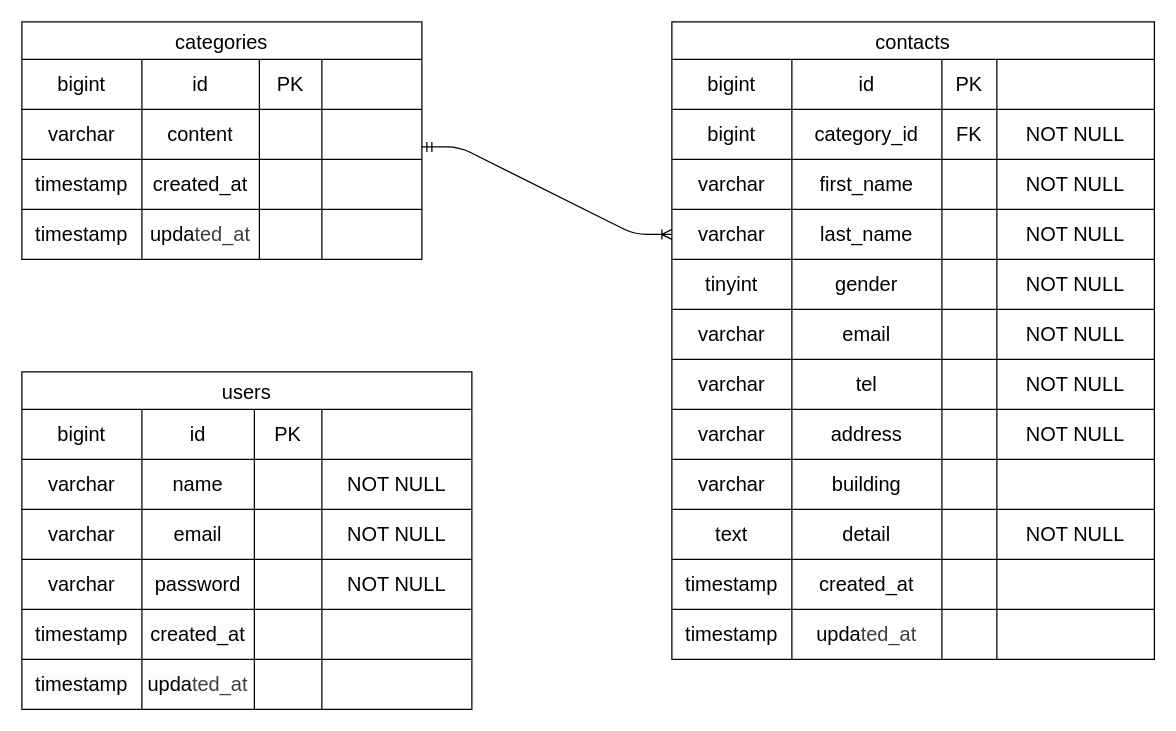
This is docs/erd.drawio from ikmi0723/coachtech-contact-form, a draw.io file, before an edit. Source tidied: cells renumbered, new cells numbered last; positions are measured from the earlier drawing's top-left corner, leaving out a move shared by most shapes. Both pictures are drawn from the tidied source at 125%, with x=0, y=0 at pixel (21, 21).
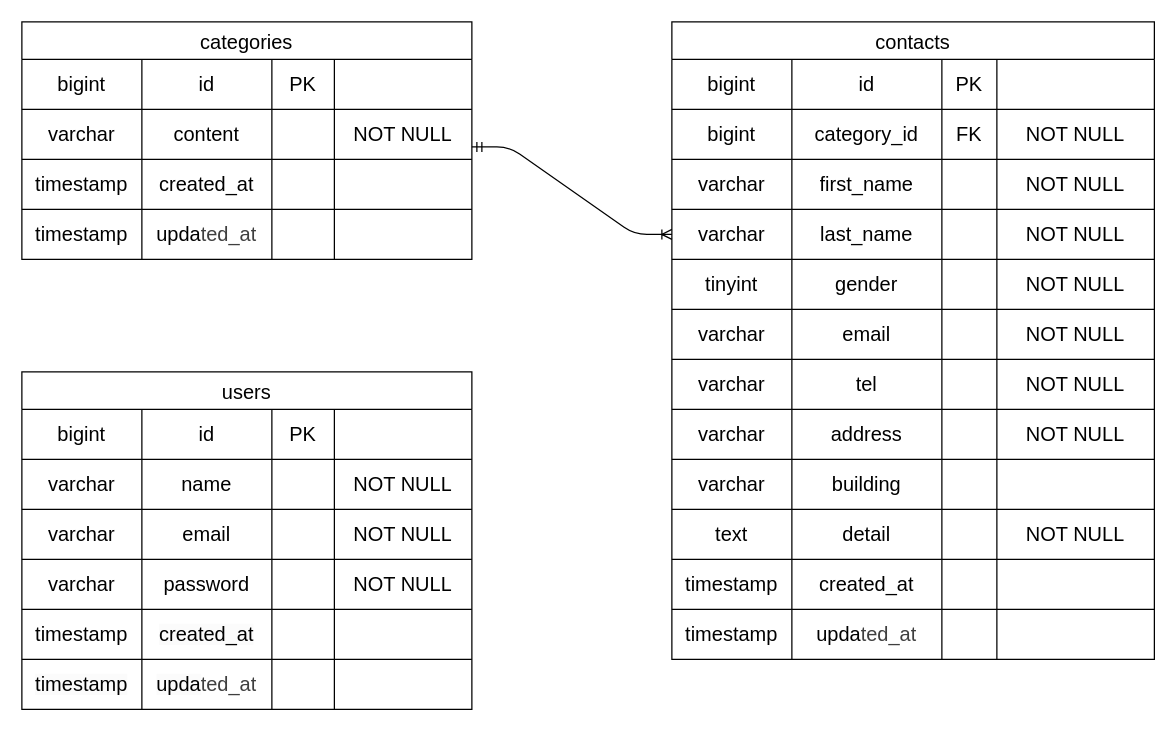
The same diagram, later.

The change refers to these unchanged cells:
```xml
<mxCell id="85" style="shape=tableRow;horizontal=0;startSize=0;swimlaneHead=0;swimlaneBody=0;strokeColor=inherit;top=0;left=0;bottom=0;right=0;fillColor=none;fontSize=16;" parent="84" vertex="1">
  <mxGeometry y="30" width="360" height="40" as="geometry" />
</mxCell>
<mxCell id="90" style="shape=tableRow;horizontal=0;startSize=0;swimlaneHead=0;swimlaneBody=0;strokeColor=inherit;top=0;left=0;bottom=0;right=0;fillColor=none;fontSize=16;" parent="84" vertex="1">
  <mxGeometry y="70" width="360" height="40" as="geometry" />
</mxCell>
<mxCell id="95" style="shape=tableRow;horizontal=0;startSize=0;swimlaneHead=0;swimlaneBody=0;strokeColor=inherit;top=0;left=0;bottom=0;right=0;fillColor=none;fontSize=16;" parent="84" vertex="1">
  <mxGeometry y="110" width="360" height="40" as="geometry" />
</mxCell>
<mxCell id="100" style="shape=tableRow;horizontal=0;startSize=0;swimlaneHead=0;swimlaneBody=0;strokeColor=inherit;top=0;left=0;bottom=0;right=0;fillColor=none;fontSize=16;" parent="84" vertex="1">
  <mxGeometry y="150" width="360" height="40" as="geometry" />
</mxCell>
<mxCell id="105" style="shape=tableRow;horizontal=0;startSize=0;swimlaneHead=0;swimlaneBody=0;strokeColor=inherit;top=0;left=0;bottom=0;right=0;fillColor=none;fontSize=16;" parent="84" vertex="1">
  <mxGeometry y="190" width="360" height="40" as="geometry" />
</mxCell>
<mxCell id="110" style="shape=tableRow;horizontal=0;startSize=0;swimlaneHead=0;swimlaneBody=0;strokeColor=inherit;top=0;left=0;bottom=0;right=0;fillColor=none;fontSize=16;" parent="84" vertex="1">
  <mxGeometry y="230" width="360" height="40" as="geometry" />
</mxCell>
```

The edit, as a diff of the source:
```diff
@@
     <mxCell id="2" value="categories" style="shape=table;startSize=30;childLayout=tableLayout;strokeColor=default;fontSize=16;" parent="1" vertex="1">
-      <mxGeometry width="320" height="190" as="geometry" />
+      <mxGeometry width="360" height="190" as="geometry" />
     </mxCell>
     <mxCell id="3" style="shape=tableRow;horizontal=0;startSize=0;swimlaneHead=0;swimlaneBody=0;strokeColor=inherit;top=0;left=0;bottom=0;right=0;fillColor=none;fontSize=16;" parent="2" vertex="1">
-      <mxGeometry y="30" width="320" height="40" as="geometry" />
+      <mxGeometry y="30" width="360" height="40" as="geometry" />
     </mxCell>
@@
     <mxCell id="5" value="id" style="shape=partialRectangle;html=1;whiteSpace=wrap;strokeColor=inherit;overflow=hidden;fillColor=none;top=0;left=0;bottom=0;right=0;fontSize=16;" parent="3" vertex="1">
-      <mxGeometry x="96" width="94" height="40" as="geometry" />
+      <mxGeometry x="96" width="104" height="40" as="geometry" />
     </mxCell>
     <mxCell id="6" value="PK" style="shape=partialRectangle;html=1;whiteSpace=wrap;strokeColor=inherit;overflow=hidden;fillColor=none;top=0;left=0;bottom=0;right=0;fontSize=16;" parent="3" vertex="1">
-      <mxGeometry x="190" width="50" height="40" as="geometry" />
+      <mxGeometry x="200" width="50" height="40" as="geometry" />
     </mxCell>
     <mxCell id="7" style="shape=partialRectangle;html=1;whiteSpace=wrap;strokeColor=inherit;overflow=hidden;fillColor=none;top=0;left=0;bottom=0;right=0;fontSize=16;" parent="3" vertex="1">
-      <mxGeometry x="240" width="80" height="40" as="geometry" />
+      <mxGeometry x="250" width="110" height="40" as="geometry" />
     </mxCell>
     <mxCell id="8" style="shape=tableRow;horizontal=0;startSize=0;swimlaneHead=0;swimlaneBody=0;strokeColor=inherit;top=0;left=0;bottom=0;right=0;fillColor=none;points=[[0,0.5],[1,0.5]];portConstraint=eastwest;fontSize=16;" parent="2" vertex="1">
-      <mxGeometry y="70" width="320" height="40" as="geometry" />
+      <mxGeometry y="70" width="360" height="40" as="geometry" />
     </mxCell>
@@
     <mxCell id="10" value="content" style="shape=partialRectangle;html=1;whiteSpace=wrap;strokeColor=inherit;overflow=hidden;fillColor=none;top=0;left=0;bottom=0;right=0;fontSize=16;" parent="8" vertex="1">
-      <mxGeometry x="96" width="94" height="40" as="geometry" />
+      <mxGeometry x="96" width="104" height="40" as="geometry" />
     </mxCell>
     <mxCell id="11" style="shape=partialRectangle;html=1;whiteSpace=wrap;strokeColor=inherit;overflow=hidden;fillColor=none;top=0;left=0;bottom=0;right=0;fontSize=16;" parent="8" vertex="1">
-      <mxGeometry x="190" width="50" height="40" as="geometry" />
+      <mxGeometry x="200" width="50" height="40" as="geometry" />
     </mxCell>
-    <mxCell id="12" style="shape=partialRectangle;html=1;whiteSpace=wrap;strokeColor=inherit;overflow=hidden;fillColor=none;top=0;left=0;bottom=0;right=0;fontSize=16;" parent="8" vertex="1">
-      <mxGeometry x="240" width="80" height="40" as="geometry" />
+    <mxCell id="12" value="&lt;span style=&quot;color: rgb(0, 0, 0);&quot;&gt;NOT NULL&lt;/span&gt;" style="shape=partialRectangle;html=1;whiteSpace=wrap;strokeColor=inherit;overflow=hidden;fillColor=none;top=0;left=0;bottom=0;right=0;fontSize=16;" parent="8" vertex="1">
+      <mxGeometry x="250" width="110" height="40" as="geometry" />
     </mxCell>
     <mxCell id="13" style="shape=tableRow;horizontal=0;startSize=0;swimlaneHead=0;swimlaneBody=0;strokeColor=inherit;top=0;left=0;bottom=0;right=0;fillColor=none;fontSize=16;" parent="2" vertex="1">
-      <mxGeometry y="110" width="320" height="40" as="geometry" />
+      <mxGeometry y="110" width="360" height="40" as="geometry" />
     </mxCell>
@@
     <mxCell id="15" value="created_at" style="shape=partialRectangle;html=1;whiteSpace=wrap;strokeColor=inherit;overflow=hidden;fillColor=none;top=0;left=0;bottom=0;right=0;fontSize=16;" parent="13" vertex="1">
-      <mxGeometry x="96" width="94" height="40" as="geometry" />
+      <mxGeometry x="96" width="104" height="40" as="geometry" />
     </mxCell>
     <mxCell id="16" style="shape=partialRectangle;html=1;whiteSpace=wrap;strokeColor=inherit;overflow=hidden;fillColor=none;top=0;left=0;bottom=0;right=0;fontSize=16;" parent="13" vertex="1">
-      <mxGeometry x="190" width="50" height="40" as="geometry" />
+      <mxGeometry x="200" width="50" height="40" as="geometry" />
     </mxCell>
     <mxCell id="17" style="shape=partialRectangle;html=1;whiteSpace=wrap;strokeColor=inherit;overflow=hidden;fillColor=none;top=0;left=0;bottom=0;right=0;fontSize=16;" parent="13" vertex="1">
-      <mxGeometry x="240" width="80" height="40" as="geometry" />
+      <mxGeometry x="250" width="110" height="40" as="geometry" />
     </mxCell>
     <mxCell id="18" style="shape=tableRow;horizontal=0;startSize=0;swimlaneHead=0;swimlaneBody=0;strokeColor=inherit;top=0;left=0;bottom=0;right=0;fillColor=none;fontSize=16;" parent="2" vertex="1">
-      <mxGeometry y="150" width="320" height="40" as="geometry" />
+      <mxGeometry y="150" width="360" height="40" as="geometry" />
     </mxCell>
@@
     <mxCell id="20" value="upda&lt;span style=&quot;color: rgb(63, 63, 63); background-color: transparent;&quot;&gt;ted_at&lt;/span&gt;" style="shape=partialRectangle;html=1;whiteSpace=wrap;strokeColor=inherit;overflow=hidden;fillColor=none;top=0;left=0;bottom=0;right=0;fontSize=16;" parent="18" vertex="1">
-      <mxGeometry x="96" width="94" height="40" as="geometry" />
+      <mxGeometry x="96" width="104" height="40" as="geometry" />
     </mxCell>
     <mxCell id="21" style="shape=partialRectangle;html=1;whiteSpace=wrap;strokeColor=inherit;overflow=hidden;fillColor=none;top=0;left=0;bottom=0;right=0;fontSize=16;" parent="18" vertex="1">
-      <mxGeometry x="190" width="50" height="40" as="geometry" />
+      <mxGeometry x="200" width="50" height="40" as="geometry" />
     </mxCell>
     <mxCell id="22" style="shape=partialRectangle;html=1;whiteSpace=wrap;strokeColor=inherit;overflow=hidden;fillColor=none;top=0;left=0;bottom=0;right=0;fontSize=16;" parent="18" vertex="1">
-      <mxGeometry x="240" width="80" height="40" as="geometry" />
+      <mxGeometry x="250" width="110" height="40" as="geometry" />
     </mxCell>
@@
     <mxCell id="87" value="id" style="shape=partialRectangle;html=1;whiteSpace=wrap;strokeColor=inherit;overflow=hidden;fillColor=none;top=0;left=0;bottom=0;right=0;fontSize=16;" parent="85" vertex="1">
-      <mxGeometry x="96" width="90" height="40" as="geometry" />
+      <mxGeometry x="96" width="104" height="40" as="geometry" />
     </mxCell>
     <mxCell id="88" value="PK" style="shape=partialRectangle;html=1;whiteSpace=wrap;strokeColor=inherit;overflow=hidden;fillColor=none;top=0;left=0;bottom=0;right=0;fontSize=16;" parent="85" vertex="1">
-      <mxGeometry x="186" width="54" height="40" as="geometry" />
+      <mxGeometry x="200" width="50" height="40" as="geometry" />
     </mxCell>
     <mxCell id="89" style="shape=partialRectangle;html=1;whiteSpace=wrap;strokeColor=inherit;overflow=hidden;fillColor=none;top=0;left=0;bottom=0;right=0;fontSize=16;" parent="85" vertex="1">
-      <mxGeometry x="240" width="120" height="40" as="geometry" />
+      <mxGeometry x="250" width="110" height="40" as="geometry" />
     </mxCell>
@@
     <mxCell id="92" value="name" style="shape=partialRectangle;html=1;whiteSpace=wrap;strokeColor=inherit;overflow=hidden;fillColor=none;top=0;left=0;bottom=0;right=0;fontSize=16;" parent="90" vertex="1">
-      <mxGeometry x="96" width="90" height="40" as="geometry" />
+      <mxGeometry x="96" width="104" height="40" as="geometry" />
     </mxCell>
     <mxCell id="93" style="shape=partialRectangle;html=1;whiteSpace=wrap;strokeColor=inherit;overflow=hidden;fillColor=none;top=0;left=0;bottom=0;right=0;fontSize=16;" parent="90" vertex="1">
-      <mxGeometry x="186" width="54" height="40" as="geometry" />
+      <mxGeometry x="200" width="50" height="40" as="geometry" />
     </mxCell>
     <mxCell id="94" value="&lt;span style=&quot;color: rgb(0, 0, 0);&quot;&gt;NOT NULL&lt;/span&gt;" style="shape=partialRectangle;html=1;whiteSpace=wrap;strokeColor=inherit;overflow=hidden;fillColor=none;top=0;left=0;bottom=0;right=0;fontSize=16;" parent="90" vertex="1">
-      <mxGeometry x="240" width="120" height="40" as="geometry" />
+      <mxGeometry x="250" width="110" height="40" as="geometry" />
     </mxCell>
@@
     <mxCell id="97" value="&lt;div&gt;&lt;font color=&quot;#000000&quot;&gt;email&lt;/font&gt;&lt;/div&gt;" style="shape=partialRectangle;html=1;whiteSpace=wrap;strokeColor=inherit;overflow=hidden;fillColor=none;top=0;left=0;bottom=0;right=0;fontSize=16;" parent="95" vertex="1">
-      <mxGeometry x="96" width="90" height="40" as="geometry" />
+      <mxGeometry x="96" width="104" height="40" as="geometry" />
     </mxCell>
     <mxCell id="98" style="shape=partialRectangle;html=1;whiteSpace=wrap;strokeColor=inherit;overflow=hidden;fillColor=none;top=0;left=0;bottom=0;right=0;fontSize=16;" parent="95" vertex="1">
-      <mxGeometry x="186" width="54" height="40" as="geometry" />
+      <mxGeometry x="200" width="50" height="40" as="geometry" />
     </mxCell>
     <mxCell id="99" value="&lt;span style=&quot;color: rgb(0, 0, 0);&quot;&gt;NOT NULL&lt;/span&gt;" style="shape=partialRectangle;html=1;whiteSpace=wrap;strokeColor=inherit;overflow=hidden;fillColor=none;top=0;left=0;bottom=0;right=0;fontSize=16;" parent="95" vertex="1">
-      <mxGeometry x="240" width="120" height="40" as="geometry" />
+      <mxGeometry x="250" width="110" height="40" as="geometry" />
     </mxCell>
@@
     <mxCell id="102" value="password" style="shape=partialRectangle;html=1;whiteSpace=wrap;strokeColor=inherit;overflow=hidden;fillColor=none;top=0;left=0;bottom=0;right=0;fontSize=16;" parent="100" vertex="1">
-      <mxGeometry x="96" width="90" height="40" as="geometry" />
+      <mxGeometry x="96" width="104" height="40" as="geometry" />
     </mxCell>
     <mxCell id="103" style="shape=partialRectangle;html=1;whiteSpace=wrap;strokeColor=inherit;overflow=hidden;fillColor=none;top=0;left=0;bottom=0;right=0;fontSize=16;" parent="100" vertex="1">
-      <mxGeometry x="186" width="54" height="40" as="geometry" />
+      <mxGeometry x="200" width="50" height="40" as="geometry" />
     </mxCell>
     <mxCell id="104" value="&lt;span style=&quot;color: rgb(0, 0, 0);&quot;&gt;NOT NULL&lt;/span&gt;" style="shape=partialRectangle;html=1;whiteSpace=wrap;strokeColor=inherit;overflow=hidden;fillColor=none;top=0;left=0;bottom=0;right=0;fontSize=16;" parent="100" vertex="1">
-      <mxGeometry x="240" width="120" height="40" as="geometry" />
+      <mxGeometry x="250" width="110" height="40" as="geometry" />
     </mxCell>
@@
     <mxCell id="107" value="&lt;span style=&quot;color: rgb(0, 0, 0); font-family: Helvetica; font-size: 16px; font-style: normal; font-variant-ligatures: normal; font-variant-caps: normal; font-weight: 400; letter-spacing: normal; orphans: 2; text-align: center; text-indent: 0px; text-transform: none; widows: 2; word-spacing: 0px; -webkit-text-stroke-width: 0px; white-space: normal; background-color: rgb(251, 251, 251); text-decoration-thickness: initial; text-decoration-style: initial; text-decoration-color: initial; display: inline !important; float: none;&quot;&gt;created_at&lt;/span&gt;" style="shape=partialRectangle;html=1;whiteSpace=wrap;strokeColor=inherit;overflow=hidden;fillColor=none;top=0;left=0;bottom=0;right=0;fontSize=16;" parent="105" vertex="1">
-      <mxGeometry x="96" width="90" height="40" as="geometry" />
+      <mxGeometry x="96" width="104" height="40" as="geometry" />
     </mxCell>
     <mxCell id="108" style="shape=partialRectangle;html=1;whiteSpace=wrap;strokeColor=inherit;overflow=hidden;fillColor=none;top=0;left=0;bottom=0;right=0;fontSize=16;" parent="105" vertex="1">
-      <mxGeometry x="186" width="54" height="40" as="geometry" />
+      <mxGeometry x="200" width="50" height="40" as="geometry" />
     </mxCell>
     <mxCell id="109" style="shape=partialRectangle;html=1;whiteSpace=wrap;strokeColor=inherit;overflow=hidden;fillColor=none;top=0;left=0;bottom=0;right=0;fontSize=16;" parent="105" vertex="1">
-      <mxGeometry x="240" width="120" height="40" as="geometry" />
+      <mxGeometry x="250" width="110" height="40" as="geometry" />
     </mxCell>
@@
     <mxCell id="112" value="&lt;span style=&quot;color: rgb(0, 0, 0); font-family: Helvetica; font-size: 16px; font-style: normal; font-variant-ligatures: normal; font-variant-caps: normal; font-weight: 400; letter-spacing: normal; orphans: 2; text-align: center; text-indent: 0px; text-transform: none; widows: 2; word-spacing: 0px; -webkit-text-stroke-width: 0px; white-space: normal; background-color: rgb(251, 251, 251); text-decoration-thickness: initial; text-decoration-style: initial; text-decoration-color: initial; display: inline !important; float: none;&quot;&gt;upda&lt;/span&gt;&lt;span style=&quot;forced-color-adjust: none; color: light-dark(rgb(63, 63, 63), rgb(183, 183, 183)); scrollbar-color: rgb(226, 226, 226) rgb(251, 251, 251); font-family: Helvetica; font-size: 16px; font-style: normal; font-variant-ligatures: normal; font-variant-caps: normal; font-weight: 400; letter-spacing: normal; orphans: 2; text-align: center; text-indent: 0px; text-transform: none; widows: 2; word-spacing: 0px; -webkit-text-stroke-width: 0px; white-space: normal; background-color: transparent; text-decoration-thickness: initial; text-decoration-style: initial; text-decoration-color: initial;&quot;&gt;ted_at&lt;/span&gt;" style="shape=partialRectangle;html=1;whiteSpace=wrap;strokeColor=inherit;overflow=hidden;fillColor=none;top=0;left=0;bottom=0;right=0;fontSize=16;" parent="110" vertex="1">
-      <mxGeometry x="96" width="90" height="40" as="geometry" />
+      <mxGeometry x="96" width="104" height="40" as="geometry" />
     </mxCell>
     <mxCell id="113" style="shape=partialRectangle;html=1;whiteSpace=wrap;strokeColor=inherit;overflow=hidden;fillColor=none;top=0;left=0;bottom=0;right=0;fontSize=16;" parent="110" vertex="1">
-      <mxGeometry x="186" width="54" height="40" as="geometry" />
+      <mxGeometry x="200" width="50" height="40" as="geometry" />
     </mxCell>
     <mxCell id="114" style="shape=partialRectangle;html=1;whiteSpace=wrap;strokeColor=inherit;overflow=hidden;fillColor=none;top=0;left=0;bottom=0;right=0;fontSize=16;" parent="110" vertex="1">
-      <mxGeometry x="240" width="120" height="40" as="geometry" />
+      <mxGeometry x="250" width="110" height="40" as="geometry" />
     </mxCell>
```
